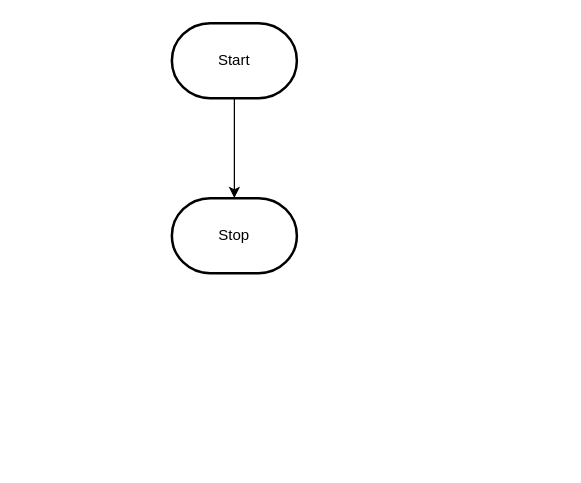
This is design/flowchart.drawio from pablo-fiallos-granados/ICD2O-Final-Project-pablo-fiallos-granados, a draw.io file, before an edit. Source tidied: cells renumbered, new cells numbered last; positions are measured from the earlier drawing's top-left corner, leaving out a move shared by most shapes. Both pictures are drawn from the tidied source at 125%, with x=0, y=0 at pixel (171, 22).
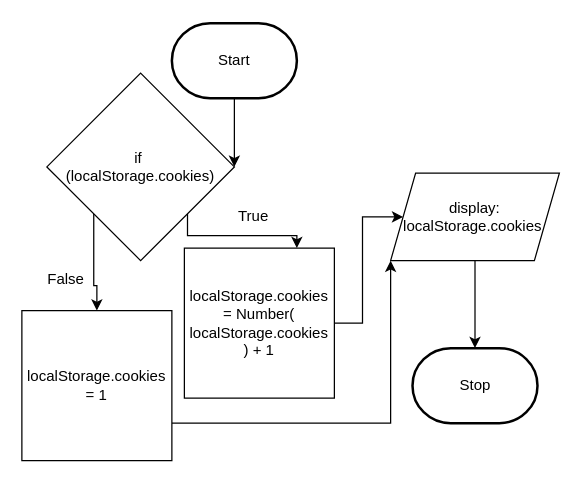
After the change.

Change to the diagram source:
```diff
@@
 <mxGraphModel>
   <root>
     <mxCell id="0" />
     <mxCell id="1" parent="0" />
-    <mxCell id="2" style="edgeStyle=orthogonalEdgeStyle;html=1;rounded=0;" parent="1" edge="1" source="3" target="4">
-      <mxGeometry relative="1" as="geometry" />
+    <mxCell id="2" style="edgeStyle=orthogonalEdgeStyle;html=1;rounded=0;entryX=1;entryY=0.5;entryDx=0;entryDy=0;" parent="1" edge="1" source="3" target="11">
+      <mxGeometry relative="1" as="geometry">
+        <Array as="points">
+          <mxPoint x="50" y="110" />
+        </Array>
+      </mxGeometry>
     </mxCell>
     <mxCell id="3" value="Start" style="strokeWidth=2;html=1;shape=mxgraph.flowchart.terminator;whiteSpace=wrap;" parent="1" vertex="1">
       <mxGeometry width="100" height="60" as="geometry" />
     </mxCell>
     <mxCell id="4" value="Stop" style="strokeWidth=2;html=1;shape=mxgraph.flowchart.terminator;whiteSpace=wrap;" parent="1" vertex="1">
-      <mxGeometry y="140" width="100" height="60" as="geometry" />
+      <mxGeometry x="192.5" y="260" width="100" height="60" as="geometry" />
     </mxCell>
+    <mxCell id="5" style="edgeStyle=orthogonalEdgeStyle;html=1;entryX=0;entryY=0.5;entryDx=0;entryDy=0;rounded=0;" parent="1" edge="1" source="6" target="8">
+      <mxGeometry relative="1" as="geometry" />
+    </mxCell>
+    <mxCell id="6" value="localStorage.cookies&lt;br&gt;= Number(&lt;br&gt;localStorage.cookies&lt;br&gt;) + 1" style="whiteSpace=wrap;html=1;" parent="1" vertex="1">
+      <mxGeometry x="10" y="180" width="120" height="120" as="geometry" />
+    </mxCell>
+    <mxCell id="7" style="edgeStyle=orthogonalEdgeStyle;rounded=0;html=1;exitX=0.5;exitY=1;exitDx=0;exitDy=0;entryX=0.5;entryY=0;entryDx=0;entryDy=0;entryPerimeter=0;" parent="1" edge="1" source="8" target="4">
+      <mxGeometry relative="1" as="geometry" />
+    </mxCell>
+    <mxCell id="8" value="display:&lt;br&gt;localStorage.cookies&amp;nbsp;" style="shape=parallelogram;perimeter=parallelogramPerimeter;whiteSpace=wrap;html=1;fixedSize=1;" parent="1" vertex="1">
+      <mxGeometry x="175" y="120" width="135" height="70" as="geometry" />
+    </mxCell>
+    <mxCell id="9" style="edgeStyle=orthogonalEdgeStyle;rounded=0;html=1;exitX=1;exitY=1;exitDx=0;exitDy=0;entryX=0.75;entryY=0;entryDx=0;entryDy=0;" parent="1" edge="1" source="11" target="6">
+      <mxGeometry relative="1" as="geometry">
+        <Array as="points">
+          <mxPoint x="12" y="170" />
+          <mxPoint x="100" y="170" />
+        </Array>
+      </mxGeometry>
+    </mxCell>
+    <mxCell id="10" style="edgeStyle=orthogonalEdgeStyle;rounded=0;html=1;exitX=0;exitY=1;exitDx=0;exitDy=0;entryX=0.5;entryY=0;entryDx=0;entryDy=0;" parent="1" edge="1" source="11" target="15">
+      <mxGeometry relative="1" as="geometry" />
+    </mxCell>
+    <mxCell id="11" value="if&amp;nbsp;&lt;br&gt;(localStorage.cookies)" style="rhombus;whiteSpace=wrap;html=1;" parent="1" vertex="1">
+      <mxGeometry x="-100" y="40" width="150" height="150" as="geometry" />
+    </mxCell>
+    <mxCell id="12" value="True" style="text;html=1;align=center;verticalAlign=middle;strokeColor=none;fillColor=none;" parent="1" vertex="1">
+      <mxGeometry x="40" y="140" width="50" height="30" as="geometry" />
+    </mxCell>
+    <mxCell id="13" value="False" style="text;html=1;align=center;verticalAlign=middle;strokeColor=none;fillColor=none;" parent="1" vertex="1">
+      <mxGeometry x="-110" y="190" width="50" height="30" as="geometry" />
+    </mxCell>
+    <mxCell id="14" style="edgeStyle=orthogonalEdgeStyle;rounded=0;html=1;exitX=1;exitY=0.75;exitDx=0;exitDy=0;entryX=0;entryY=1;entryDx=0;entryDy=0;" parent="1" edge="1" source="15" target="8">
+      <mxGeometry relative="1" as="geometry" />
+    </mxCell>
+    <mxCell id="15" value="localStorage.cookies&lt;br&gt;= 1" style="whiteSpace=wrap;html=1;" parent="1" vertex="1">
+      <mxGeometry x="-120" y="230" width="120" height="120" as="geometry" />
+    </mxCell>
   </root>
 </mxGraphModel>
```
